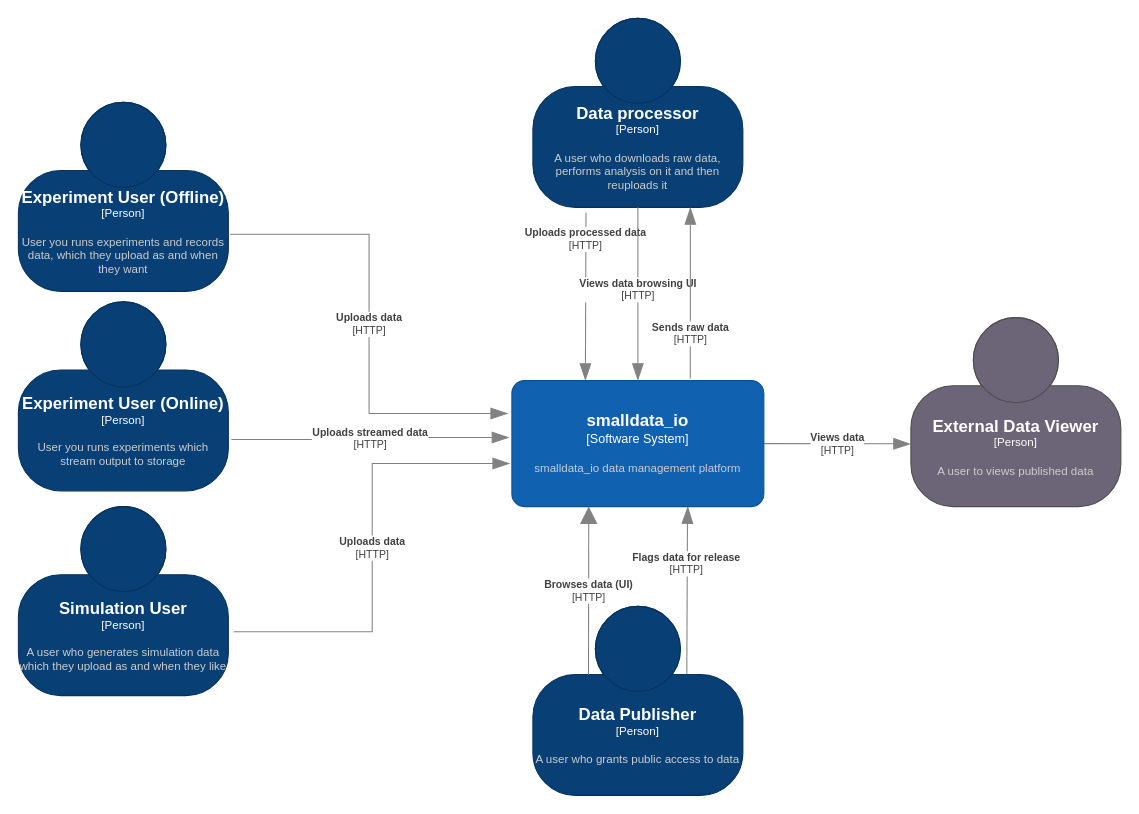
Before: page "Context" (1 of 5) of Smalldata_io.drawio in OliverWoolland/Diagrams, a draw.io diagram. Source tidied: cells renumbered, new cells numbered last; positions are measured from the earlier drawing's top-left corner, leaving out a move shared by most shapes. Both pictures are drawn from the tidied source at 105%, with x=0, y=0 at pixel (18, 18).
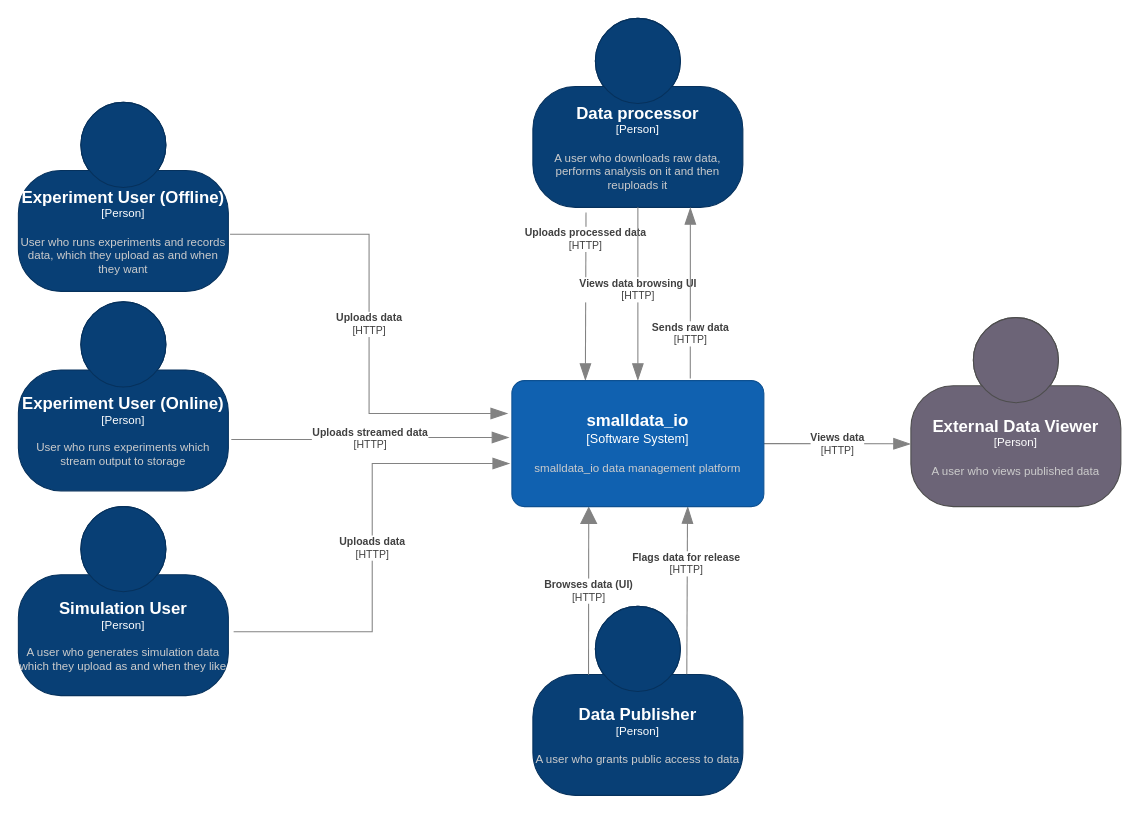
The same diagram, later.

Diff of the diagram source:
```diff
@@
-    <object id="3" label="&lt;font style=&quot;font-size: 16px&quot;&gt;&lt;b&gt;%c4Name%&lt;/b&gt;&lt;/font&gt;&lt;div&gt;[%c4Type%]&lt;/div&gt;&lt;br&gt;&lt;div&gt;&lt;font style=&quot;font-size: 11px&quot;&gt;&lt;font color=&quot;#cccccc&quot;&gt;%c4Description%&lt;/font&gt;&lt;/div&gt;" c4Description="User you runs experiments and records data, which they upload as and when they want" c4Name="Experiment User (Offline)" c4Type="Person" placeholders="1">
+    <object id="3" label="&lt;font style=&quot;font-size: 16px&quot;&gt;&lt;b&gt;%c4Name%&lt;/b&gt;&lt;/font&gt;&lt;div&gt;[%c4Type%]&lt;/div&gt;&lt;br&gt;&lt;div&gt;&lt;font style=&quot;font-size: 11px&quot;&gt;&lt;font color=&quot;#cccccc&quot;&gt;%c4Description%&lt;/font&gt;&lt;/div&gt;" c4Description="User who runs experiments and records data, which they upload as and when they want" c4Name="Experiment User (Offline)" c4Type="Person" placeholders="1">
       <mxCell style="html=1;fontSize=11;dashed=0;whiteSpace=wrap;fillColor=#083F75;strokeColor=#06315C;fontColor=#ffffff;shape=mxgraph.c4.person2;align=center;points=[[0.5,0,0],[1,0.5,0],[1,0.75,0],[0.75,1,0],[0.5,1,0],[0.25,1,0],[0,0.75,0],[0,0.5,0]];" parent="1" vertex="1">
         <mxGeometry y="80" width="200" height="180" as="geometry" />
       </mxCell>
     </object>
-    <object id="4" label="&lt;font style=&quot;font-size: 16px&quot;&gt;&lt;b&gt;%c4Name%&lt;/b&gt;&lt;/font&gt;&lt;div&gt;[%c4Type%]&lt;/div&gt;&lt;br&gt;&lt;div&gt;&lt;font style=&quot;font-size: 11px&quot;&gt;&lt;font color=&quot;#cccccc&quot;&gt;%c4Description%&lt;/font&gt;&lt;/div&gt;" c4Description="User you runs experiments which stream output to storage" c4Name="Experiment User (Online)" c4Type="Person" placeholders="1">
+    <object id="4" label="&lt;font style=&quot;font-size: 16px&quot;&gt;&lt;b&gt;%c4Name%&lt;/b&gt;&lt;/font&gt;&lt;div&gt;[%c4Type%]&lt;/div&gt;&lt;br&gt;&lt;div&gt;&lt;font style=&quot;font-size: 11px&quot;&gt;&lt;font color=&quot;#cccccc&quot;&gt;%c4Description%&lt;/font&gt;&lt;/div&gt;" c4Description="User who runs experiments which stream output to storage" c4Name="Experiment User (Online)" c4Type="Person" placeholders="1">
       <mxCell style="html=1;fontSize=11;dashed=0;whiteSpace=wrap;fillColor=#083F75;strokeColor=#06315C;fontColor=#ffffff;shape=mxgraph.c4.person2;align=center;points=[[0.5,0,0],[1,0.5,0],[1,0.75,0],[0.75,1,0],[0.5,1,0],[0.25,1,0],[0,0.75,0],[0,0.5,0]];" parent="1" vertex="1">
         <mxGeometry y="270" width="200" height="180" as="geometry" />
       </mxCell>
     </object>
@@
-    <object id="7" label="&lt;font style=&quot;font-size: 16px&quot;&gt;&lt;b&gt;%c4Name%&lt;/b&gt;&lt;/font&gt;&lt;div&gt;[%c4Type%]&lt;/div&gt;&lt;br&gt;&lt;div&gt;&lt;font style=&quot;font-size: 11px&quot;&gt;&lt;font color=&quot;#cccccc&quot;&gt;%c4Description%&lt;/font&gt;&lt;/div&gt;" c4Description="A user to views published data" c4Name="External Data Viewer" c4Type="Person" placeholders="1">
+    <object id="7" label="&lt;font style=&quot;font-size: 16px&quot;&gt;&lt;b&gt;%c4Name%&lt;/b&gt;&lt;/font&gt;&lt;div&gt;[%c4Type%]&lt;/div&gt;&lt;br&gt;&lt;div&gt;&lt;font style=&quot;font-size: 11px&quot;&gt;&lt;font color=&quot;#cccccc&quot;&gt;%c4Description%&lt;/font&gt;&lt;/div&gt;" c4Description="A user who views published data" c4Name="External Data Viewer" c4Type="Person" placeholders="1">
       <mxCell style="html=1;fontSize=11;dashed=0;whiteSpace=wrap;fillColor=#6C6477;strokeColor=#4D4D4D;fontColor=#ffffff;shape=mxgraph.c4.person2;align=center;points=[[0.5,0,0],[1,0.5,0],[1,0.75,0],[0.75,1,0],[0.5,1,0],[0.25,1,0],[0,0.75,0],[0,0.5,0]];" parent="1" vertex="1">
         <mxGeometry x="850" y="285" width="200" height="180" as="geometry" />
       </mxCell>
     </object>
```
